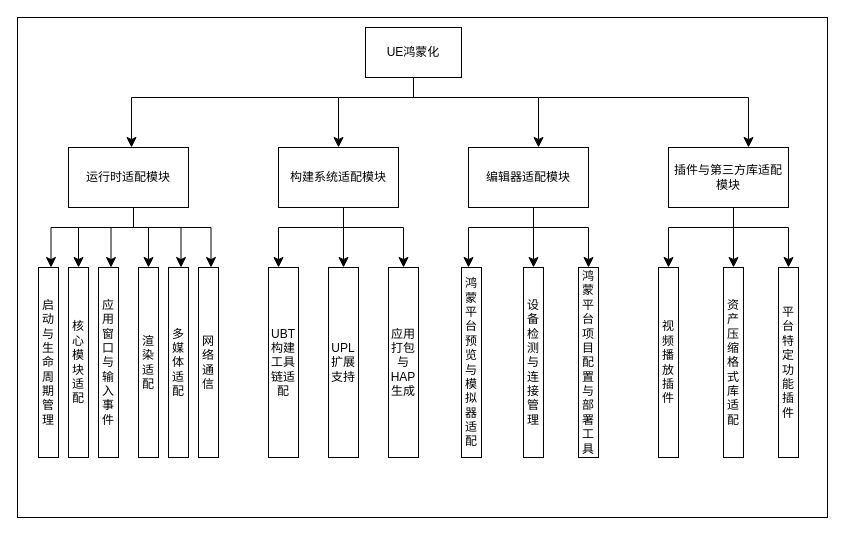
Above: 系统整体功能结构图.drawio in xiqiniu/xiqiniu.github.io (draw.io), before the change. Source tidied: cells renumbered, new cells numbered last; positions are measured from the earlier drawing's top-left corner, leaving out a move shared by most shapes. Both pictures are drawn from the tidied source at 100%, with x=0, y=0 at pixel (17, 17).
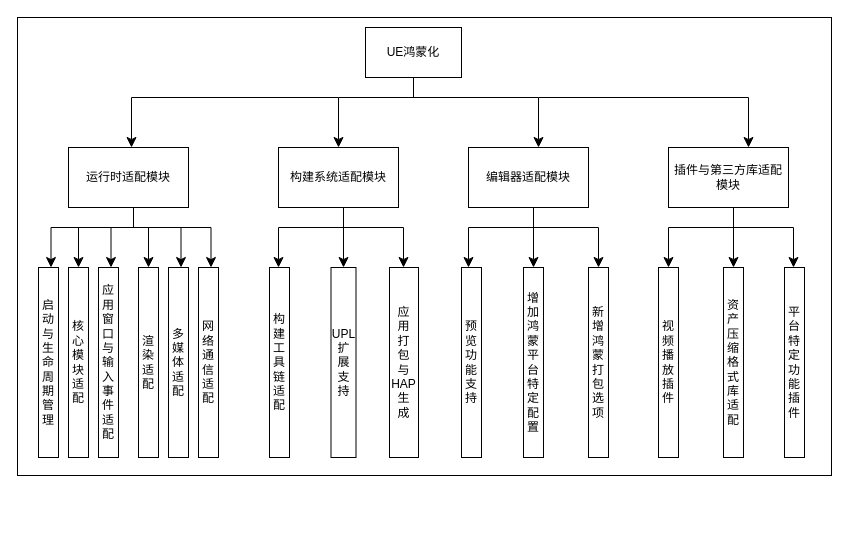
The same page after the edit.

Commit message:
更新系统整体功能结构图.drawio

The edit, as a diff of the source:
```diff
@@
     <mxCell id="2" style="rounded=0;whiteSpace=wrap;html=1;" parent="1" vertex="1">
-      <mxGeometry width="810" height="500" as="geometry" />
+      <mxGeometry width="814" height="458" as="geometry" />
     </mxCell>
@@
-    <mxCell id="10" value="应用窗口与输入事件" style="rounded=0;whiteSpace=wrap;html=1;" parent="1" vertex="1">
+    <mxCell id="10" value="应用窗口与输入事件&lt;div&gt;适配&lt;/div&gt;" style="rounded=0;whiteSpace=wrap;html=1;" parent="1" vertex="1">
       <mxGeometry x="81" y="250" width="20" height="190" as="geometry" />
     </mxCell>
@@
-    <mxCell id="13" value="网络通信" style="rounded=0;whiteSpace=wrap;html=1;" parent="1" vertex="1">
+    <mxCell id="13" value="网络通信&lt;div&gt;适配&lt;/div&gt;" style="rounded=0;whiteSpace=wrap;html=1;" parent="1" vertex="1">
       <mxGeometry x="181" y="250" width="20" height="190" as="geometry" />
     </mxCell>
-    <mxCell id="14" value="UBT构建工具链适配" style="rounded=0;whiteSpace=wrap;html=1;" parent="1" vertex="1">
-      <mxGeometry x="251" y="250" width="30" height="190" as="geometry" />
+    <mxCell id="14" value="构建工具链适配" style="rounded=0;whiteSpace=wrap;html=1;" parent="1" vertex="1">
+      <mxGeometry x="252" y="250" width="20" height="190" as="geometry" />
     </mxCell>
-    <mxCell id="15" value="应用打包与HAP生成" style="rounded=0;whiteSpace=wrap;html=1;" parent="1" vertex="1">
-      <mxGeometry x="371" y="250" width="30" height="190" as="geometry" />
+    <mxCell id="15" value="应&lt;div&gt;用&lt;/div&gt;&lt;div&gt;打&lt;/div&gt;&lt;div&gt;包&lt;/div&gt;&lt;div&gt;与HAP生&lt;/div&gt;&lt;div&gt;成&lt;/div&gt;" style="rounded=0;whiteSpace=wrap;html=1;" parent="1" vertex="1">
+      <mxGeometry x="372" y="250" width="29" height="190" as="geometry" />
     </mxCell>
-    <mxCell id="16" value="UPL扩展支持" style="rounded=0;whiteSpace=wrap;html=1;" parent="1" vertex="1">
-      <mxGeometry x="311" y="250" width="30" height="190" as="geometry" />
+    <mxCell id="16" value="U&lt;span style=&quot;background-color: transparent; color: light-dark(rgb(0, 0, 0), rgb(255, 255, 255));&quot;&gt;P&lt;/span&gt;&lt;span style=&quot;background-color: transparent; color: light-dark(rgb(0, 0, 0), rgb(255, 255, 255));&quot;&gt;L&lt;/span&gt;&lt;div&gt;扩展支持&lt;/div&gt;" style="rounded=0;whiteSpace=wrap;html=1;" parent="1" vertex="1">
+      <mxGeometry x="313.5" y="250" width="25" height="190" as="geometry" />
     </mxCell>
-    <mxCell id="17" value="鸿蒙平台项目配置与部署工具" style="rounded=0;whiteSpace=wrap;html=1;" parent="1" vertex="1">
-      <mxGeometry x="561" y="250" width="20" height="190" as="geometry" />
+    <mxCell id="17" value="新增鸿蒙打包选项" style="rounded=0;whiteSpace=wrap;html=1;" parent="1" vertex="1">
+      <mxGeometry x="571" y="250" width="20" height="190" as="geometry" />
     </mxCell>
-    <mxCell id="18" value="鸿蒙平台预览与模拟器适配" style="rounded=0;whiteSpace=wrap;html=1;" parent="1" vertex="1">
+    <mxCell id="18" value="预览&lt;div&gt;功能支持&lt;/div&gt;" style="rounded=0;whiteSpace=wrap;html=1;" parent="1" vertex="1">
       <mxGeometry x="444" y="250" width="20" height="190" as="geometry" />
     </mxCell>
-    <mxCell id="19" value="设备检测与连接管理" style="rounded=0;whiteSpace=wrap;html=1;" parent="1" vertex="1">
+    <mxCell id="19" value="增加鸿蒙平台特定配置" style="rounded=0;whiteSpace=wrap;html=1;" parent="1" vertex="1">
       <mxGeometry x="506" y="250" width="20" height="190" as="geometry" />
     </mxCell>
@@
     <mxCell id="22" value="平台特定功能插件" style="rounded=0;whiteSpace=wrap;html=1;" parent="1" vertex="1">
-      <mxGeometry x="761" y="250" width="20" height="190" as="geometry" />
+      <mxGeometry x="767" y="250" width="20" height="190" as="geometry" />
     </mxCell>
@@
     <mxCell id="34" style="edgeStyle=elbowEdgeStyle;elbow=horizontal;endArrow=classic;html=1;curved=0;rounded=0;endSize=8;startSize=8;exitX=1;exitY=0.5;exitDx=0;exitDy=0;exitPerimeter=0;" parent="1" edge="1">
       <mxGeometry relative="1" as="geometry">
-        <mxPoint x="506" y="210" as="sourcePoint" />
-        <mxPoint x="571" y="250" as="targetPoint" />
+        <mxPoint x="516" y="210" as="sourcePoint" />
+        <mxPoint x="581" y="250" as="targetPoint" />
         <Array as="points">
-          <mxPoint x="571" y="230" />
+          <mxPoint x="581" y="230" />
         </Array>
       </mxGeometry>
     </mxCell>
@@
     <mxCell id="38" style="edgeStyle=elbowEdgeStyle;elbow=horizontal;endArrow=classic;html=1;curved=0;rounded=0;endSize=8;startSize=8;exitX=1;exitY=0.5;exitDx=0;exitDy=0;exitPerimeter=0;" parent="1" edge="1">
       <mxGeometry relative="1" as="geometry">
-        <mxPoint x="706" y="210" as="sourcePoint" />
-        <mxPoint x="771" y="250" as="targetPoint" />
+        <mxPoint x="711" y="210" as="sourcePoint" />
+        <mxPoint x="776" y="250" as="targetPoint" />
         <Array as="points">
-          <mxPoint x="771" y="230" />
+          <mxPoint x="776" y="230" />
         </Array>
       </mxGeometry>
     </mxCell>
```
